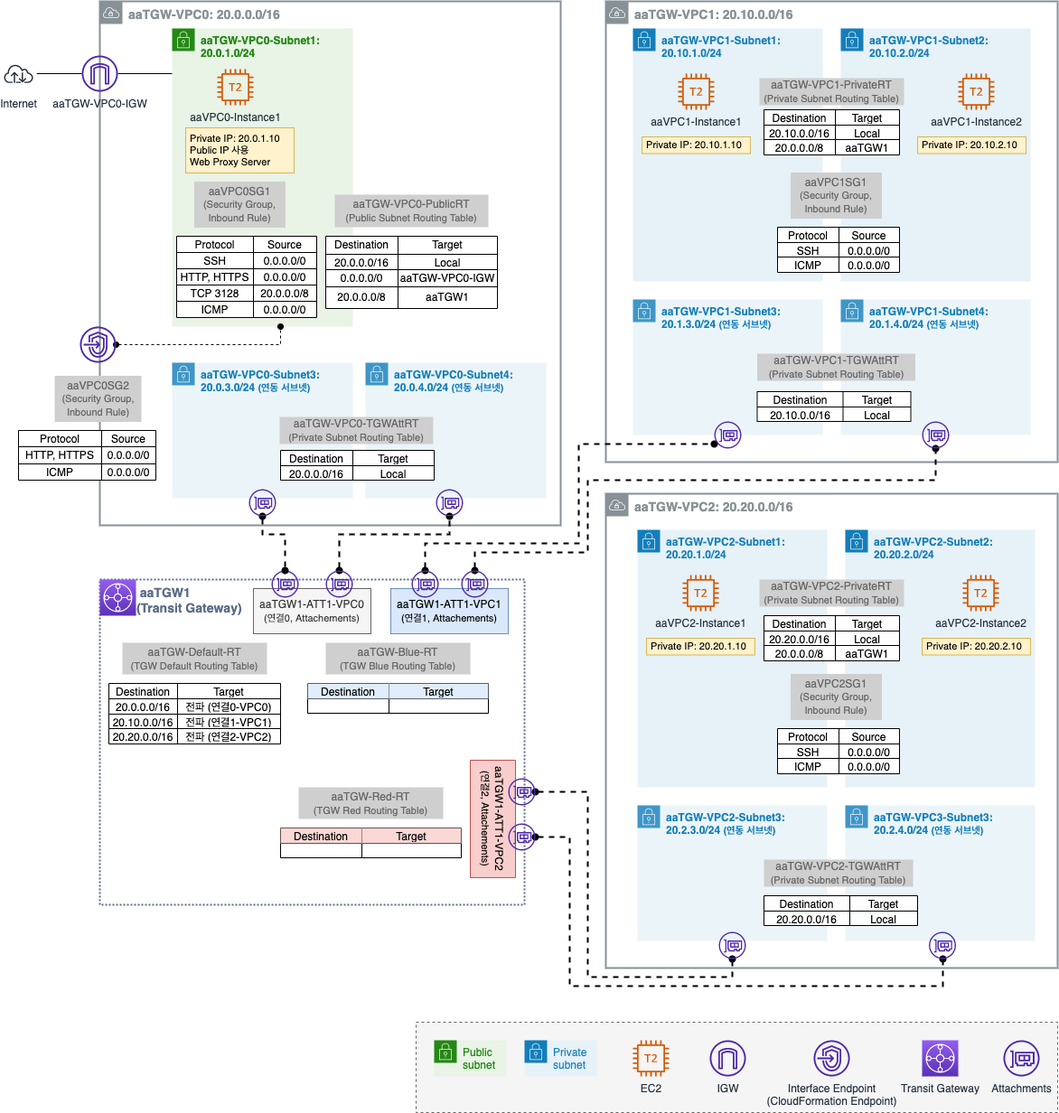
This is assets/img/dev/2022/1211/tgw_flow_2.png from assu10/assu10.github.io, a draw.io export, as it was before one commit. Source tidied: cells renumbered, new cells last; positions are measured from the earlier drawing's top-left corner, leaving out a move shared by most shapes.
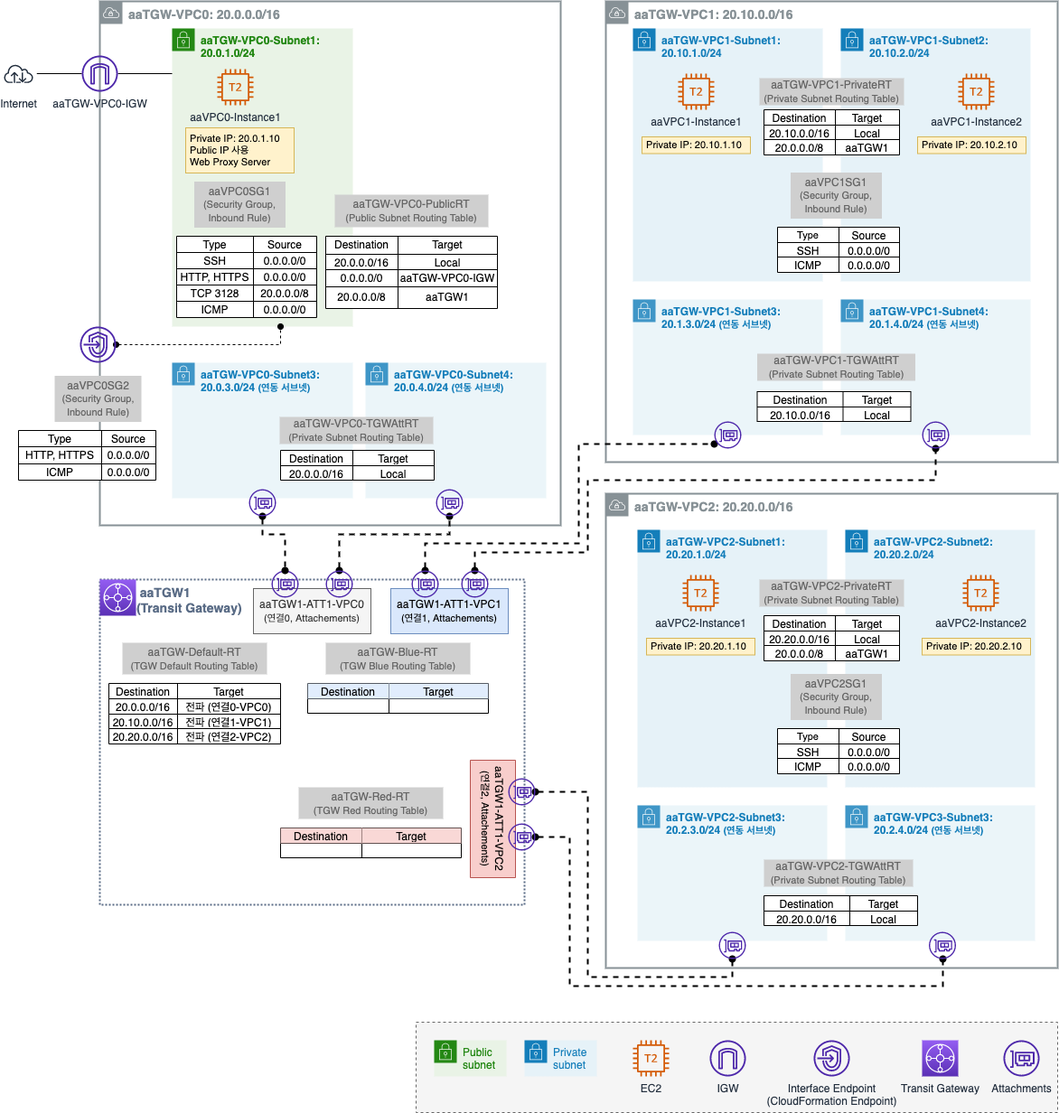
Above is the later version.

Change to the diagram source:
```diff
@@ -114,7 +114,7 @@
     <mxCell id="35" style="shape=tableRow;horizontal=0;startSize=0;swimlaneHead=0;swimlaneBody=0;strokeColor=inherit;top=0;left=0;bottom=0;right=0;fillColor=none;fontSize=14;" parent="34" vertex="1">
       <mxGeometry width="155" height="18" as="geometry" />
     </mxCell>
-    <mxCell id="36" value="Protocol" style="shape=partialRectangle;html=1;whiteSpace=wrap;strokeColor=inherit;overflow=hidden;fillColor=none;top=0;left=0;bottom=0;right=0;fontSize=12;" parent="35" vertex="1">
+    <mxCell id="36" value="Type" style="shape=partialRectangle;html=1;whiteSpace=wrap;strokeColor=inherit;overflow=hidden;fillColor=none;top=0;left=0;bottom=0;right=0;fontSize=12;" parent="35" vertex="1">
       <mxGeometry width="85" height="18" as="geometry" />
     </mxCell>
     <mxCell id="37" value="Source" style="shape=partialRectangle;html=1;whiteSpace=wrap;strokeColor=inherit;overflow=hidden;fillColor=none;top=0;left=0;bottom=0;right=0;fontSize=12;" parent="35" vertex="1">
@@ -165,7 +165,7 @@
     <mxCell id="52" style="shape=tableRow;horizontal=0;startSize=0;swimlaneHead=0;swimlaneBody=0;strokeColor=inherit;top=0;left=0;bottom=0;right=0;fillColor=none;fontColor=#666666;" parent="51" vertex="1">
       <mxGeometry width="152" height="18" as="geometry" />
     </mxCell>
-    <mxCell id="53" value="Protocol" style="shape=partialRectangle;html=1;whiteSpace=wrap;strokeColor=inherit;overflow=hidden;fillColor=none;top=0;left=0;bottom=0;right=0;fontColor=#000000;" parent="52" vertex="1">
+    <mxCell id="53" value="Type" style="shape=partialRectangle;html=1;whiteSpace=wrap;strokeColor=inherit;overflow=hidden;fillColor=none;top=0;left=0;bottom=0;right=0;fontColor=#000000;" parent="52" vertex="1">
       <mxGeometry width="92" height="18" as="geometry" />
     </mxCell>
     <mxCell id="54" value="Source" style="shape=partialRectangle;html=1;whiteSpace=wrap;strokeColor=inherit;overflow=hidden;fillColor=none;top=0;left=0;bottom=0;right=0;fontColor=#000000;" parent="52" vertex="1">
@@ -255,7 +255,7 @@
     <mxCell id="82" style="shape=tableRow;horizontal=0;startSize=0;swimlaneHead=0;swimlaneBody=0;strokeColor=inherit;top=0;left=0;bottom=0;right=0;fillColor=none;fontSize=11;" parent="81" vertex="1">
       <mxGeometry width="135" height="17" as="geometry" />
     </mxCell>
-    <mxCell id="83" value="&lt;font style=&quot;font-size: 12px;&quot;&gt;Protocol&lt;/font&gt;" style="shape=partialRectangle;html=1;whiteSpace=wrap;strokeColor=inherit;overflow=hidden;fillColor=none;top=0;left=0;bottom=0;right=0;fontSize=11;" parent="82" vertex="1">
+    <mxCell id="83" value="Type" style="shape=partialRectangle;html=1;whiteSpace=wrap;strokeColor=inherit;overflow=hidden;fillColor=none;top=0;left=0;bottom=0;right=0;fontSize=11;" parent="82" vertex="1">
       <mxGeometry width="68" height="17" as="geometry" />
     </mxCell>
     <mxCell id="84" value="Source" style="shape=partialRectangle;html=1;whiteSpace=wrap;strokeColor=inherit;overflow=hidden;fillColor=none;top=0;left=0;bottom=0;right=0;fontSize=12;" parent="82" vertex="1">
@@ -312,7 +312,7 @@
     <mxCell id="101" style="shape=tableRow;horizontal=0;startSize=0;swimlaneHead=0;swimlaneBody=0;strokeColor=inherit;top=0;left=0;bottom=0;right=0;fillColor=none;fontSize=11;" parent="100" vertex="1">
       <mxGeometry width="135" height="17" as="geometry" />
     </mxCell>
-    <mxCell id="102" value="&lt;font style=&quot;font-size: 12px;&quot;&gt;Protocol&lt;/font&gt;" style="shape=partialRectangle;html=1;whiteSpace=wrap;strokeColor=inherit;overflow=hidden;fillColor=none;top=0;left=0;bottom=0;right=0;fontSize=11;" parent="101" vertex="1">
+    <mxCell id="102" value="Type" style="shape=partialRectangle;html=1;whiteSpace=wrap;strokeColor=inherit;overflow=hidden;fillColor=none;top=0;left=0;bottom=0;right=0;fontSize=11;" parent="101" vertex="1">
       <mxGeometry width="68" height="17" as="geometry" />
     </mxCell>
     <mxCell id="103" value="Source" style="shape=partialRectangle;html=1;whiteSpace=wrap;strokeColor=inherit;overflow=hidden;fillColor=none;top=0;left=0;bottom=0;right=0;fontSize=12;" parent="101" vertex="1">
```
